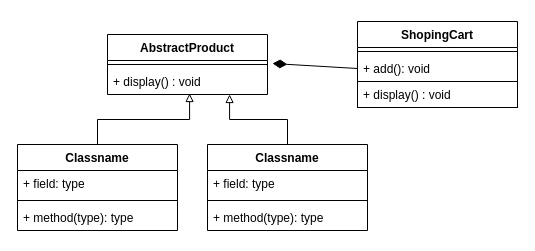
The draw.io diagram 四个设计原则.drawio in MyBozai/Java, before the edit. Source tidied: cells renumbered, new cells numbered last; positions are measured from the earlier drawing's top-left corner, leaving out a move shared by most shapes. Both pictures are drawn from the tidied source at 100%, with x=0, y=0 at pixel (17, 21).
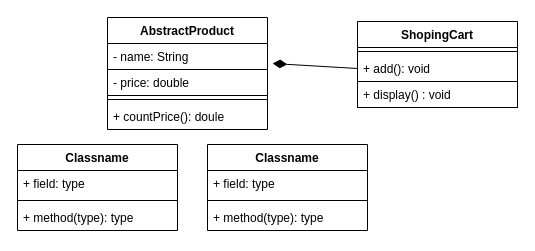
After the change.

Commit message (it also covers changes not shown here):
更新四个设计原则.drawio

Unchanged cells that the change refers to:
```xml
<mxCell id="6" value="Classname" style="swimlane;fontStyle=1;align=center;verticalAlign=top;horizontal=1;startSize=26;whiteSpace=wrap;html=1;" parent="1" vertex="1">
  <mxGeometry y="123" width="160" height="86" as="geometry" />
</mxCell>
<mxCell id="13" value="Classname" style="swimlane;fontStyle=1;align=center;verticalAlign=top;horizontal=1;startSize=26;whiteSpace=wrap;html=1;" parent="1" vertex="1">
  <mxGeometry x="190" y="123" width="160" height="86" as="geometry" />
</mxCell>
```

Diff of the diagram source:
```diff
@@
-    <mxCell id="10" value="AbstractProduct" style="swimlane;fontStyle=1;align=center;verticalAlign=top;horizontal=1;startSize=26;whiteSpace=wrap;html=1;" parent="1" vertex="1">
-      <mxGeometry x="90" y="13" width="160" height="60" as="geometry" />
-    </mxCell>
-    <mxCell id="11" style="line;strokeWidth=1;fillColor=none;align=left;verticalAlign=middle;spacingTop=-1;spacingLeft=3;spacingRight=3;labelPosition=right;strokeColor=inherit;" parent="10" vertex="1">
-      <mxGeometry y="26" width="160" height="8" as="geometry" />
-    </mxCell>
-    <mxCell id="12" value="+ display() : void" style="text;strokeColor=none;fillColor=none;align=left;verticalAlign=top;spacingLeft=4;spacingRight=4;overflow=hidden;points=[[0,0.5],[1,0.5]];portConstraint=eastwest;whiteSpace=wrap;html=1;" parent="10" vertex="1">
-      <mxGeometry y="34" width="160" height="26" as="geometry" />
-    </mxCell>
@@
-    <mxCell id="17" style="edgeStyle=orthogonalEdgeStyle;rounded=0;jettySize=auto;html=1;exitX=0.5;exitY=0;exitDx=0;exitDy=0;entryX=0.513;entryY=0.962;entryDx=0;entryDy=0;entryPerimeter=0;endArrow=block;endFill=0;" parent="1" edge="1" source="6" target="12">
+    <mxCell id="17" style="edgeStyle=orthogonalEdgeStyle;rounded=0;jettySize=auto;html=1;exitX=0.5;exitY=0;exitDx=0;exitDy=0;entryX=0.513;entryY=0.962;entryDx=0;entryDy=0;entryPerimeter=0;endArrow=block;endFill=0;" parent="1" edge="1" source="6">
       <mxGeometry relative="1" as="geometry" />
     </mxCell>
-    <mxCell id="18" style="edgeStyle=orthogonalEdgeStyle;rounded=0;jettySize=auto;html=1;exitX=0.5;exitY=0;exitDx=0;exitDy=0;entryX=0.763;entryY=1;entryDx=0;entryDy=0;entryPerimeter=0;endArrow=block;endFill=0;" parent="1" edge="1" source="13" target="12">
+    <mxCell id="18" style="edgeStyle=orthogonalEdgeStyle;rounded=0;jettySize=auto;html=1;exitX=0.5;exitY=0;exitDx=0;exitDy=0;entryX=0.763;entryY=1;entryDx=0;entryDy=0;entryPerimeter=0;endArrow=block;endFill=0;" parent="1" edge="1" source="13">
       <mxGeometry relative="1" as="geometry" />
     </mxCell>
@@
+    <mxCell id="10" value="AbstractProduct" style="swimlane;fontStyle=1;align=center;verticalAlign=top;horizontal=1;startSize=26;whiteSpace=wrap;html=1;" parent="1" vertex="1">
+      <mxGeometry x="90" y="-4" width="160" height="112" as="geometry" />
+    </mxCell>
+    <mxCell id="20" value="- name: String  " style="text;strokeColor=none;fillColor=none;align=left;verticalAlign=top;spacingLeft=4;spacingRight=4;overflow=hidden;whiteSpace=wrap;html=1;" parent="10" vertex="1">
+      <mxGeometry y="26" width="160" height="26" as="geometry" />
+    </mxCell>
+    <mxCell id="21" value="- price: double  " style="text;strokeColor=default;fillColor=none;align=left;verticalAlign=top;spacingLeft=4;spacingRight=4;overflow=hidden;whiteSpace=wrap;html=1;" parent="10" vertex="1">
+      <mxGeometry y="52" width="160" height="26" as="geometry" />
+    </mxCell>
+    <mxCell id="22" style="line;strokeWidth=1;fillColor=none;align=left;verticalAlign=middle;spacingTop=-1;spacingLeft=3;spacingRight=3;labelPosition=right;strokeColor=inherit;" parent="10" vertex="1">
+      <mxGeometry y="78" width="160" height="8" as="geometry" />
+    </mxCell>
+    <mxCell id="23" value="+ countPrice(): doule" style="text;strokeColor=none;fillColor=none;align=left;verticalAlign=top;spacingLeft=4;spacingRight=4;overflow=hidden;whiteSpace=wrap;html=1;" parent="10" vertex="1">
+      <mxGeometry y="86" width="160" height="26" as="geometry" />
+    </mxCell>
```
